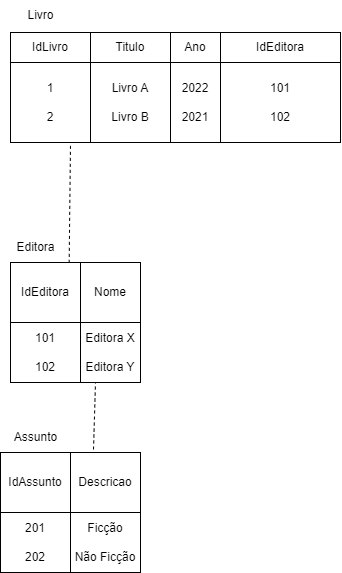
The draw.io diagram Diagrama sem nome.drawio.png in IgorAraujo07/Ifood, before a commit. Source tidied: cells renumbered, new cells last; positions are measured from the earlier drawing's top-left corner, leaving out a move shared by most shapes.
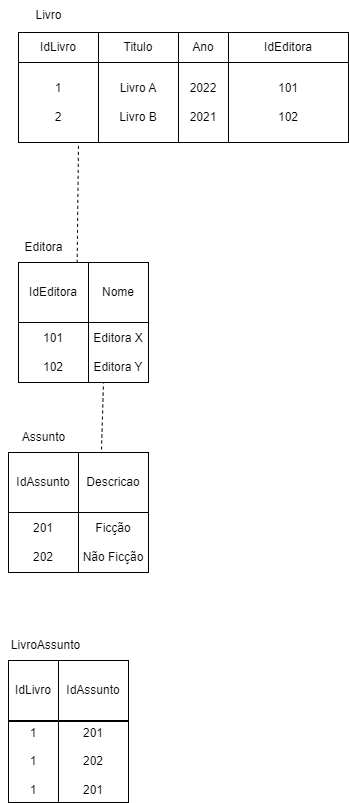
The same file after the commit.

Diff of the diagram source:
```diff
@@ -69,5 +69,20 @@
     <mxCell id="22" value="Ficção&lt;div&gt;&lt;br&gt;&lt;/div&gt;&lt;div&gt;Não Ficção&lt;/div&gt;" style="rounded=0;whiteSpace=wrap;html=1;" parent="1" vertex="1">
       <mxGeometry x="70" y="512" width="70" height="60" as="geometry" />
     </mxCell>
+    <mxCell id="23" value="IdLivro" style="rounded=0;whiteSpace=wrap;html=1;" parent="1" vertex="1">
+      <mxGeometry y="660" width="50" height="60" as="geometry" />
+    </mxCell>
+    <mxCell id="24" value="LivroAssunto" style="text;html=1;align=center;verticalAlign=middle;strokeColor=none;fillColor=none;" parent="1" vertex="1">
+      <mxGeometry x="-8" y="630" width="90" height="30" as="geometry" />
+    </mxCell>
+    <mxCell id="25" value="IdAssunto" style="rounded=0;whiteSpace=wrap;html=1;" parent="1" vertex="1">
+      <mxGeometry x="50" y="660" width="70" height="60" as="geometry" />
+    </mxCell>
+    <mxCell id="26" value="1&lt;div&gt;&lt;br&gt;&lt;div&gt;1&lt;/div&gt;&lt;div&gt;&lt;br&gt;&lt;/div&gt;&lt;div&gt;1&lt;/div&gt;&lt;/div&gt;" style="rounded=0;whiteSpace=wrap;html=1;" parent="1" vertex="1">
+      <mxGeometry y="721" width="50" height="81" as="geometry" />
+    </mxCell>
+    <mxCell id="27" value="201&lt;div&gt;&lt;br&gt;&lt;/div&gt;&lt;div&gt;202&lt;/div&gt;&lt;div&gt;&lt;br&gt;&lt;/div&gt;&lt;div&gt;201&lt;/div&gt;" style="rounded=0;whiteSpace=wrap;html=1;" parent="1" vertex="1">
+      <mxGeometry x="50" y="721" width="70" height="81" as="geometry" />
+    </mxCell>
   </root>
 </mxGraphModel>
```
